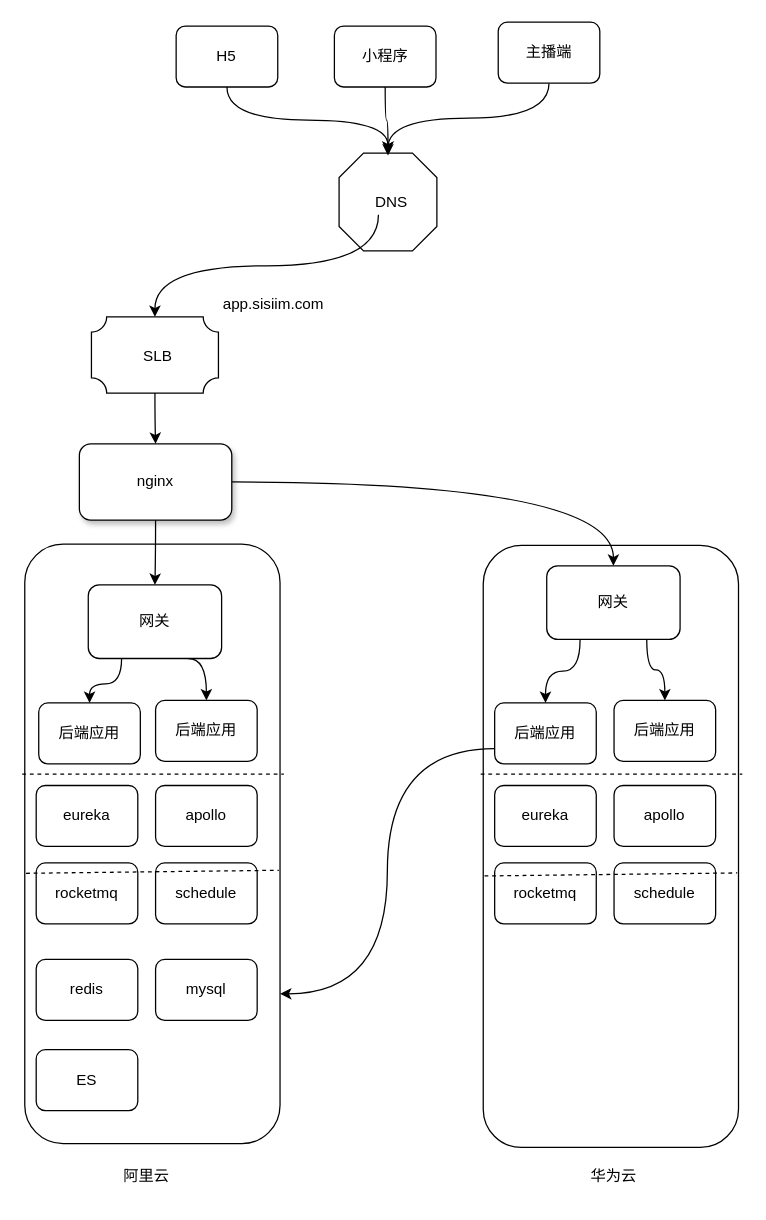
Before: 华为云迁移灰度-DNS.drawio in mingtian110/pc_home, a draw.io diagram. Source tidied: cells renumbered, new cells numbered last; positions are measured from the earlier drawing's top-left corner, leaving out a move shared by most shapes. Both pictures are drawn from the tidied source at 127%, with x=0, y=0 at pixel (22, 22).
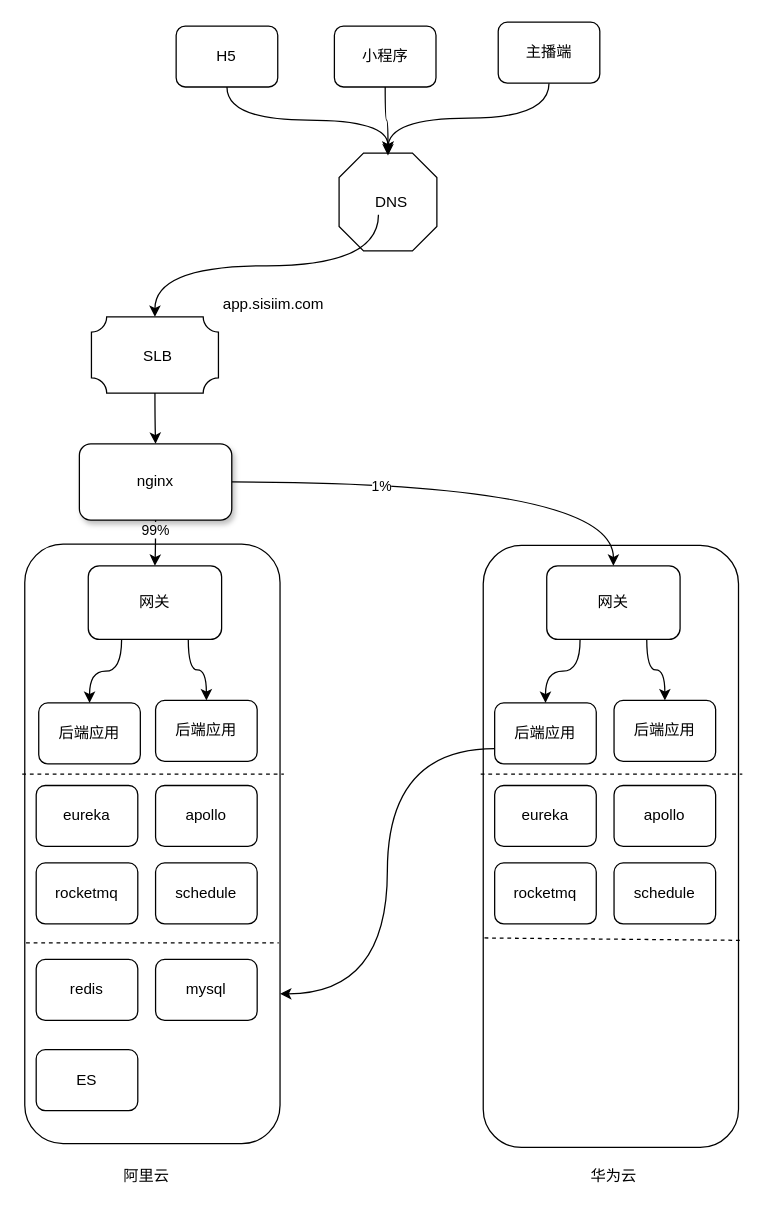
After the change.

Commit message:
更新华为云迁移灰度-DNS.drawio

The change refers to these unchanged cells:
```xml
<mxCell id="2" style="rounded=1;whiteSpace=wrap;html=1;" parent="1" vertex="1">
  <mxGeometry x="363" y="412" width="201" height="474" as="geometry" />
</mxCell>
<mxCell id="3" style="rounded=1;whiteSpace=wrap;html=1;" parent="1" vertex="1">
  <mxGeometry x="2" y="411" width="201" height="472" as="geometry" />
</mxCell>
<mxCell id="40" style="edgeStyle=orthogonalEdgeStyle;curved=1;jettySize=auto;html=1;exitX=1;exitY=0.5;exitDx=0;exitDy=0;" parent="1" edge="1" source="42" target="14">
  <mxGeometry relative="1" as="geometry" />
</mxCell>
<mxCell id="41" style="edgeStyle=orthogonalEdgeStyle;curved=1;jettySize=auto;html=1;exitX=0.5;exitY=1;exitDx=0;exitDy=0;" parent="1" edge="1" source="42" target="11">
  <mxGeometry relative="1" as="geometry" />
</mxCell>
```

The edit, as a diff of the source:
```diff
@@
     <mxCell id="11" value="网关" style="rounded=1;whiteSpace=wrap;html=1;" parent="1" vertex="1">
-      <mxGeometry x="52" y="443" width="105" height="58" as="geometry" />
+      <mxGeometry x="52" y="428" width="105" height="58" as="geometry" />
     </mxCell>
@@
-    <mxCell id="19" style="endArrow=none;dashed=1;html=1;entryX=0.995;entryY=0.544;entryDx=0;entryDy=0;entryPerimeter=0;exitX=0.005;exitY=0.549;exitDx=0;exitDy=0;exitPerimeter=0;" parent="1" edge="1" source="3" target="3">
+    <mxCell id="19" style="endArrow=none;dashed=1;html=1;entryX=0.995;entryY=0.665;entryDx=0;entryDy=0;entryPerimeter=0;exitX=0.005;exitY=0.665;exitDx=0;exitDy=0;exitPerimeter=0;" parent="1" edge="1" source="3" target="3">
       <mxGeometry relative="1" as="geometry" />
     </mxCell>
@@
-    <mxCell id="29" style="endArrow=none;dashed=1;html=1;entryX=0.995;entryY=0.544;entryDx=0;entryDy=0;entryPerimeter=0;exitX=0.005;exitY=0.549;exitDx=0;exitDy=0;exitPerimeter=0;" parent="1" edge="1" source="2" target="2">
+    <mxCell id="29" style="endArrow=none;dashed=1;html=1;entryX=1.01;entryY=0.656;entryDx=0;entryDy=0;entryPerimeter=0;exitX=0.005;exitY=0.652;exitDx=0;exitDy=0;exitPerimeter=0;" parent="1" edge="1" source="2" target="2">
       <mxGeometry relative="1" as="geometry" />
     </mxCell>
@@
+    <mxCell id="48" value="1%" style="edgeLabel;html=1;align=center;verticalAlign=middle;" parent="40" vertex="1">
+      <mxGeometry x="-0.36" y="-3" relative="1" as="geometry" />
+    </mxCell>
@@
+    <mxCell id="49" value="99%" style="edgeLabel;html=1;align=center;verticalAlign=middle;" parent="41" vertex="1">
+      <mxGeometry x="-0.62" y="-1" relative="1" as="geometry" />
+    </mxCell>
```
